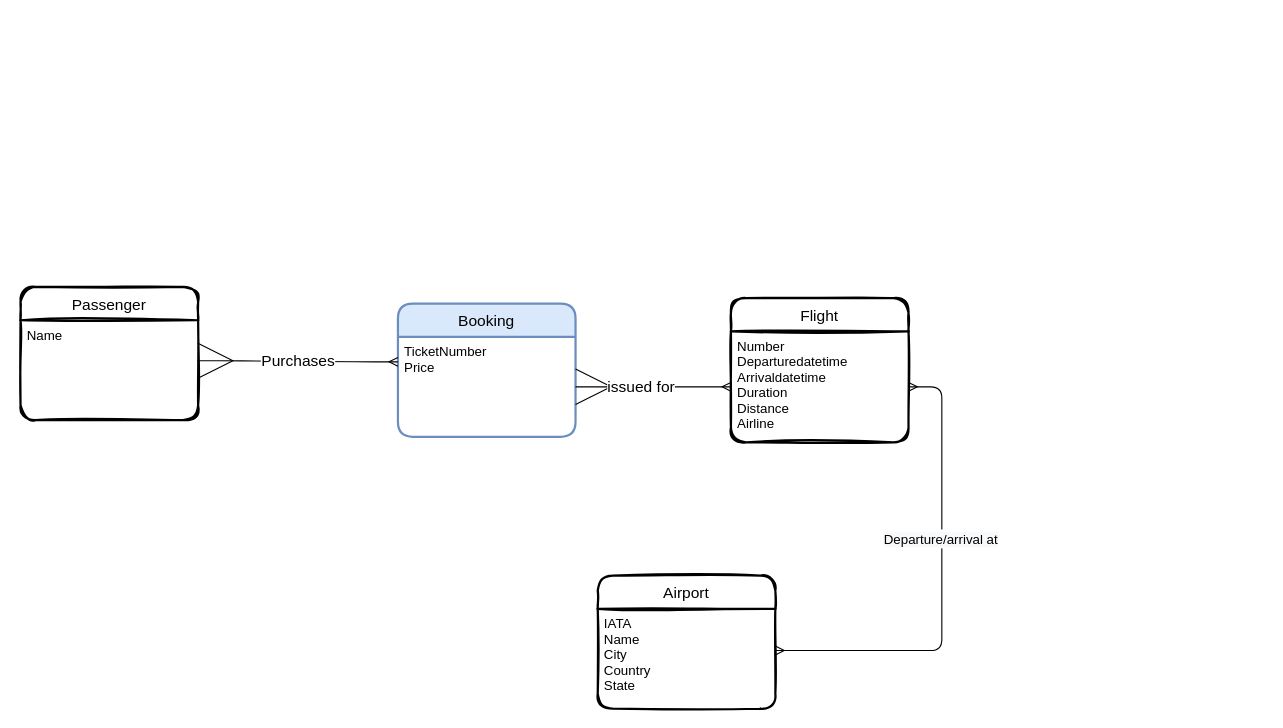
Above: plane_project_test.drawio in s1874217870/starup (draw.io), before the change. Source tidied: cells renumbered, new cells numbered last; positions are measured from the earlier drawing's top-left corner, leaving out a move shared by most shapes. Both pictures are drawn from the tidied source at 111%, with x=0, y=0 at pixel (20, 286).
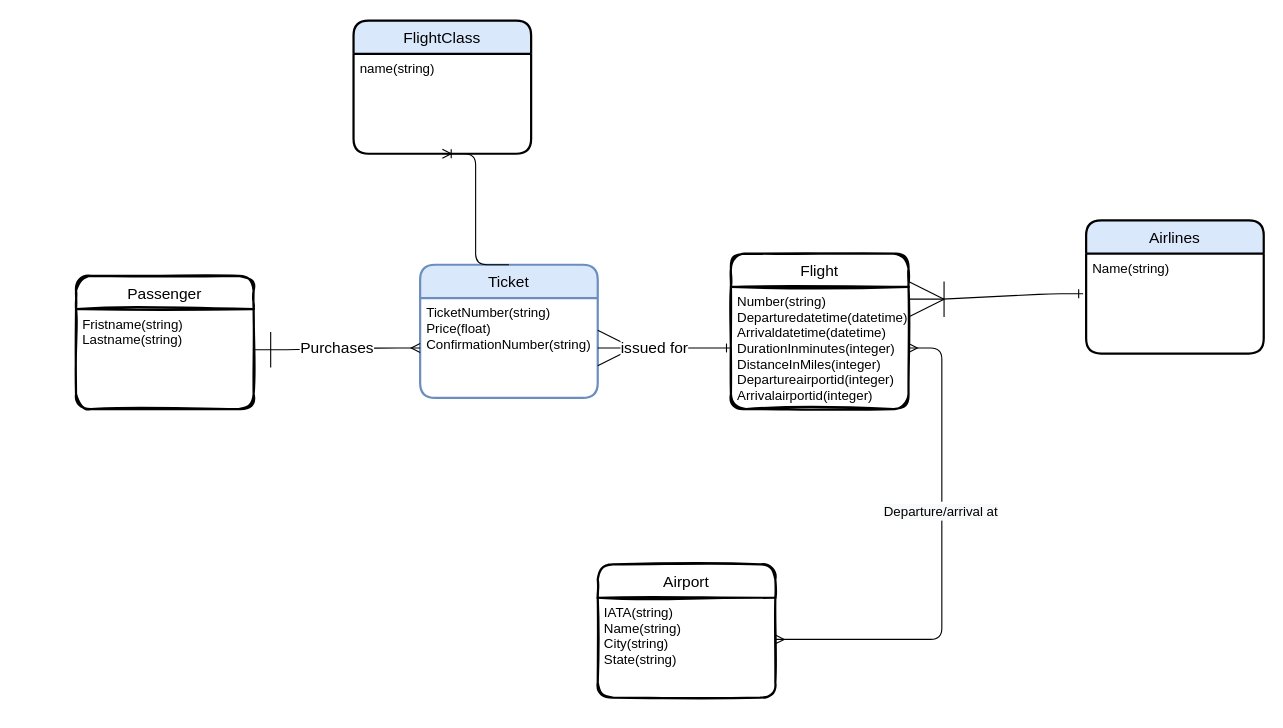
Above is the later version.

The edit, as a diff of the source:
```diff
@@
     <mxCell id="2" value="Passenger" style="swimlane;horizontal=1;startSize=30;fontSize=14;fontStyle=0;strokeWidth=2;shadow=0;dashed=0;align=center;rounded=1;sketch=1;" parent="1" vertex="1">
-      <mxGeometry width="160" height="120" as="geometry" />
+      <mxGeometry x="50" y="-10" width="160" height="120" as="geometry" />
     </mxCell>
-    <mxCell id="3" value="Name&#10;&#10;" style="align=left;strokeColor=none;fillColor=none;spacingLeft=4;fontSize=12;verticalAlign=top;rounded=1;sketch=1;" parent="2" vertex="1">
+    <mxCell id="3" value="Fristname(string)&#10;Lastname(string)&#10;" style="align=left;strokeColor=none;fillColor=none;spacingLeft=4;fontSize=12;verticalAlign=top;rounded=1;sketch=1;" parent="2" vertex="1">
       <mxGeometry y="30" width="160" height="90" as="geometry" />
     </mxCell>
     <mxCell id="4" value="Flight" style="swimlane;horizontal=1;startSize=30;fontSize=14;fontStyle=0;strokeWidth=2;shadow=0;dashed=0;align=center;rounded=1;sketch=1;" parent="1" vertex="1">
-      <mxGeometry x="640" y="10" width="160" height="130" as="geometry" />
+      <mxGeometry x="640" y="-30" width="160" height="140" as="geometry" />
     </mxCell>
-    <mxCell id="5" value="Number&#10;Departuredatetime&#10;Arrivaldatetime&#10;Duration&#10;Distance&#10;Airline" style="align=left;strokeColor=none;fillColor=none;spacingLeft=4;fontSize=12;verticalAlign=top;rounded=1;sketch=1;" parent="4" vertex="1">
-      <mxGeometry y="30" width="160" height="100" as="geometry" />
+    <mxCell id="5" value="Number(string)&#10;Departuredatetime(datetime)&#10;Arrivaldatetime(datetime)&#10;DurationInminutes(integer)&#10;DistanceInMiles(integer)&#10;Departureairportid(integer)&#10;Arrivalairportid(integer)" style="align=left;strokeColor=none;fillColor=none;spacingLeft=4;fontSize=12;verticalAlign=top;rounded=1;sketch=1;" parent="4" vertex="1">
+      <mxGeometry y="30" width="160" height="110" as="geometry" />
     </mxCell>
     <mxCell id="6" value="Airport" style="swimlane;horizontal=1;startSize=30;fontSize=14;fontStyle=0;strokeWidth=2;shadow=0;dashed=0;align=center;rounded=1;sketch=1;" parent="1" vertex="1">
-      <mxGeometry x="520" y="260" width="160" height="120" as="geometry" />
+      <mxGeometry x="520" y="250" width="160" height="120" as="geometry" />
     </mxCell>
-    <mxCell id="7" value="IATA&#10;Name&#10;City&#10;Country&#10;State" style="align=left;strokeColor=none;fillColor=none;spacingLeft=4;fontSize=12;verticalAlign=top;rounded=1;sketch=1;" parent="6" vertex="1">
+    <mxCell id="7" value="IATA(string)&#10;Name(string)&#10;City(string)&#10;State(string)" style="align=left;strokeColor=none;fillColor=none;spacingLeft=4;fontSize=12;verticalAlign=top;rounded=1;sketch=1;" parent="6" vertex="1">
       <mxGeometry y="30" width="160" height="90" as="geometry" />
     </mxCell>
@@
-    <mxCell id="10" value="Booking" style="swimlane;horizontal=1;startSize=30;rounded=1;fontSize=14;fontStyle=0;strokeWidth=2;shadow=0;dashed=0;align=center;glass=0;sketch=0;fillColor=#dae8fc;strokeColor=#6c8ebf;" parent="1" vertex="1">
-      <mxGeometry x="340" y="15" width="160" height="120" as="geometry" />
+    <mxCell id="10" value="Ticket" style="swimlane;horizontal=1;startSize=30;rounded=1;fontSize=14;fontStyle=0;strokeWidth=2;shadow=0;dashed=0;align=center;glass=0;sketch=0;fillColor=#dae8fc;strokeColor=#6c8ebf;" parent="1" vertex="1">
+      <mxGeometry x="360" y="-20" width="160" height="120" as="geometry" />
     </mxCell>
-    <mxCell id="11" value="TicketNumber&#10;Price" style="align=left;strokeColor=none;fillColor=none;spacingLeft=4;fontSize=12;verticalAlign=top;" parent="10" vertex="1">
+    <mxCell id="11" value="TicketNumber(string)&#10;Price(float)&#10;ConfirmationNumber(string)" style="align=left;strokeColor=none;fillColor=none;spacingLeft=4;fontSize=12;verticalAlign=top;" parent="10" vertex="1">
       <mxGeometry y="30" width="160" height="90" as="geometry" />
     </mxCell>
-    <mxCell id="12" style="edgeStyle=entityRelationEdgeStyle;fontSize=12;html=1;endArrow=ERmany;startArrow=ERmany;startSize=30;exitX=0.996;exitY=0.406;exitDx=0;exitDy=0;exitPerimeter=0;entryX=0;entryY=0.25;entryDx=0;entryDy=0;" parent="1" edge="1" source="3" target="11">
+    <mxCell id="12" style="edgeStyle=entityRelationEdgeStyle;fontSize=12;html=1;endArrow=ERmany;startArrow=ERone;startSize=30;exitX=0.996;exitY=0.406;exitDx=0;exitDy=0;exitPerimeter=0;entryX=0;entryY=0.5;entryDx=0;entryDy=0;startFill=0;" parent="1" edge="1" source="3" target="11">
       <mxGeometry relative="1" as="geometry" />
     </mxCell>
@@
-    <mxCell id="14" style="edgeStyle=entityRelationEdgeStyle;fontSize=12;html=1;endArrow=ERmany;startArrow=ERmany;startSize=30;exitX=1;exitY=0.5;exitDx=0;exitDy=0;entryX=0;entryY=0.5;entryDx=0;entryDy=0;" parent="1" edge="1" source="11" target="5">
+    <mxCell id="14" style="edgeStyle=entityRelationEdgeStyle;fontSize=12;html=1;endArrow=ERone;startArrow=ERmany;startSize=30;exitX=1;exitY=0.5;exitDx=0;exitDy=0;entryX=0;entryY=0.5;entryDx=0;entryDy=0;endFill=0;" parent="1" edge="1" source="11" target="5">
       <mxGeometry relative="1" as="geometry" />
     </mxCell>
@@
+    <mxCell id="16" value="Airlines" style="swimlane;horizontal=1;startSize=30;rounded=1;fontSize=14;fontStyle=0;strokeWidth=2;shadow=0;dashed=0;align=center;glass=0;sketch=0;fillColor=#dae8fc;" parent="1" vertex="1">
+      <mxGeometry x="960" y="-60" width="160" height="120" as="geometry" />
+    </mxCell>
+    <mxCell id="17" value="Name(string)&#10;" style="align=left;strokeColor=none;fillColor=none;spacingLeft=4;fontSize=12;verticalAlign=top;" parent="16" vertex="1">
+      <mxGeometry y="30" width="160" height="90" as="geometry" />
+    </mxCell>
+    <mxCell id="18" style="edgeStyle=entityRelationEdgeStyle;fontSize=12;html=1;endArrow=ERone;startSize=30;exitX=1;exitY=0.1;exitDx=0;exitDy=0;exitPerimeter=0;entryX=-0.017;entryY=0.402;entryDx=0;entryDy=0;entryPerimeter=0;startArrow=ERoneToMany;startFill=0;endFill=0;" parent="1" edge="1" source="5" target="17">
+      <mxGeometry relative="1" as="geometry" />
+    </mxCell>
+    <mxCell id="19" value="FlightClass" style="swimlane;horizontal=1;startSize=30;rounded=1;fontSize=14;fontStyle=0;strokeWidth=2;shadow=0;dashed=0;align=center;glass=0;sketch=0;fillColor=#dae8fc;" parent="1" vertex="1">
+      <mxGeometry x="300" y="-240" width="160" height="120" as="geometry" />
+    </mxCell>
+    <mxCell id="20" value="name(string)" style="align=left;strokeColor=none;fillColor=none;spacingLeft=4;fontSize=12;verticalAlign=top;" parent="19" vertex="1">
+      <mxGeometry y="30" width="160" height="90" as="geometry" />
+    </mxCell>
+    <mxCell id="21" style="edgeStyle=entityRelationEdgeStyle;fontSize=12;html=1;endArrow=ERoneToMany;startSize=30;entryX=0.5;entryY=1;entryDx=0;entryDy=0;exitX=0.5;exitY=0;exitDx=0;exitDy=0;" parent="1" edge="1" source="10" target="20">
+      <mxGeometry relative="1" as="geometry" />
+    </mxCell>
```
